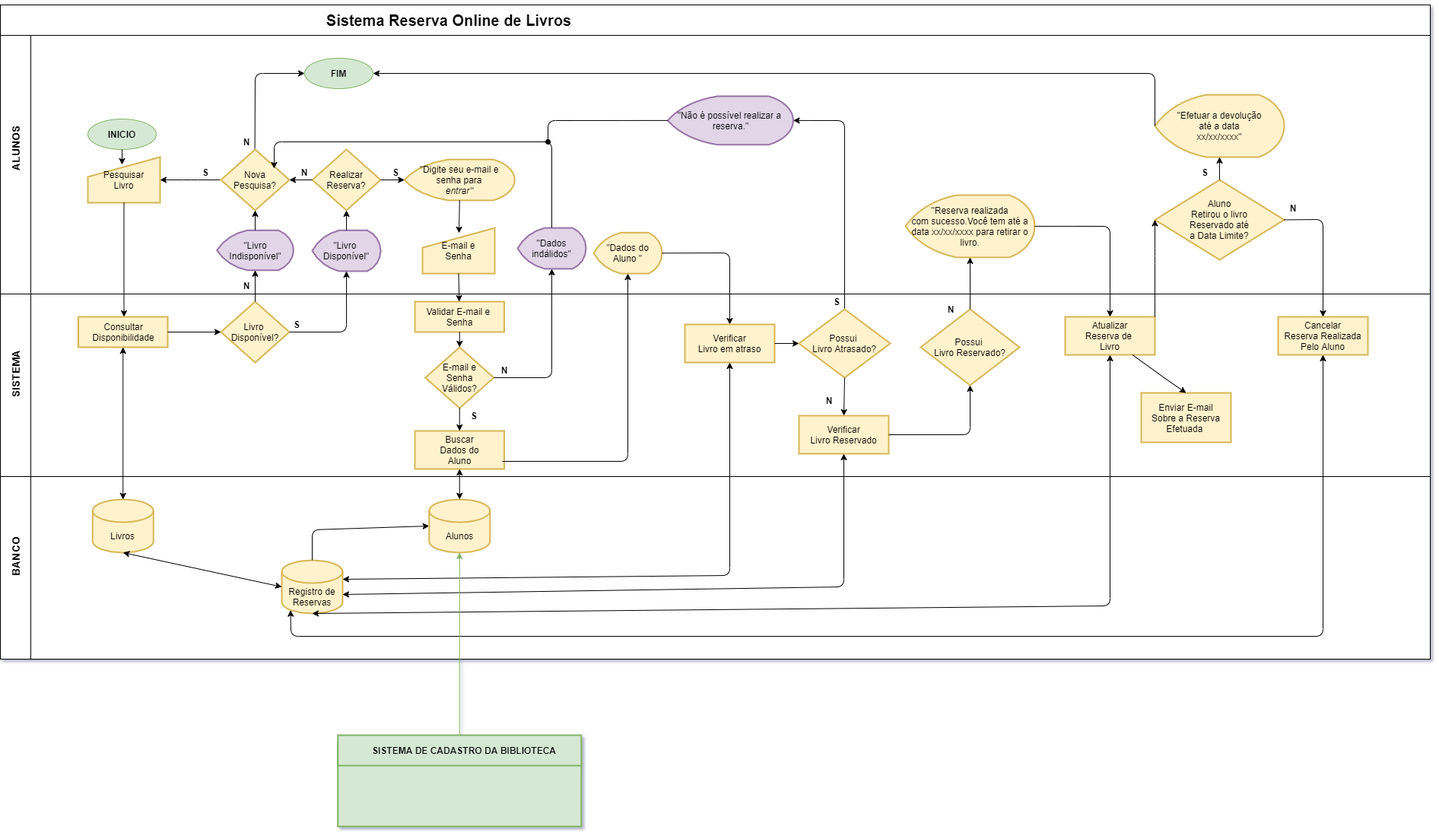
Above: Engenharia de Software 2.png in amandayuu/Fluxograma-Sistema-para-reserva-online-de-livros (draw.io), before the change. Source tidied: cells renumbered, new cells last; positions are measured from the earlier drawing's top-left corner, leaving out a move shared by most shapes.
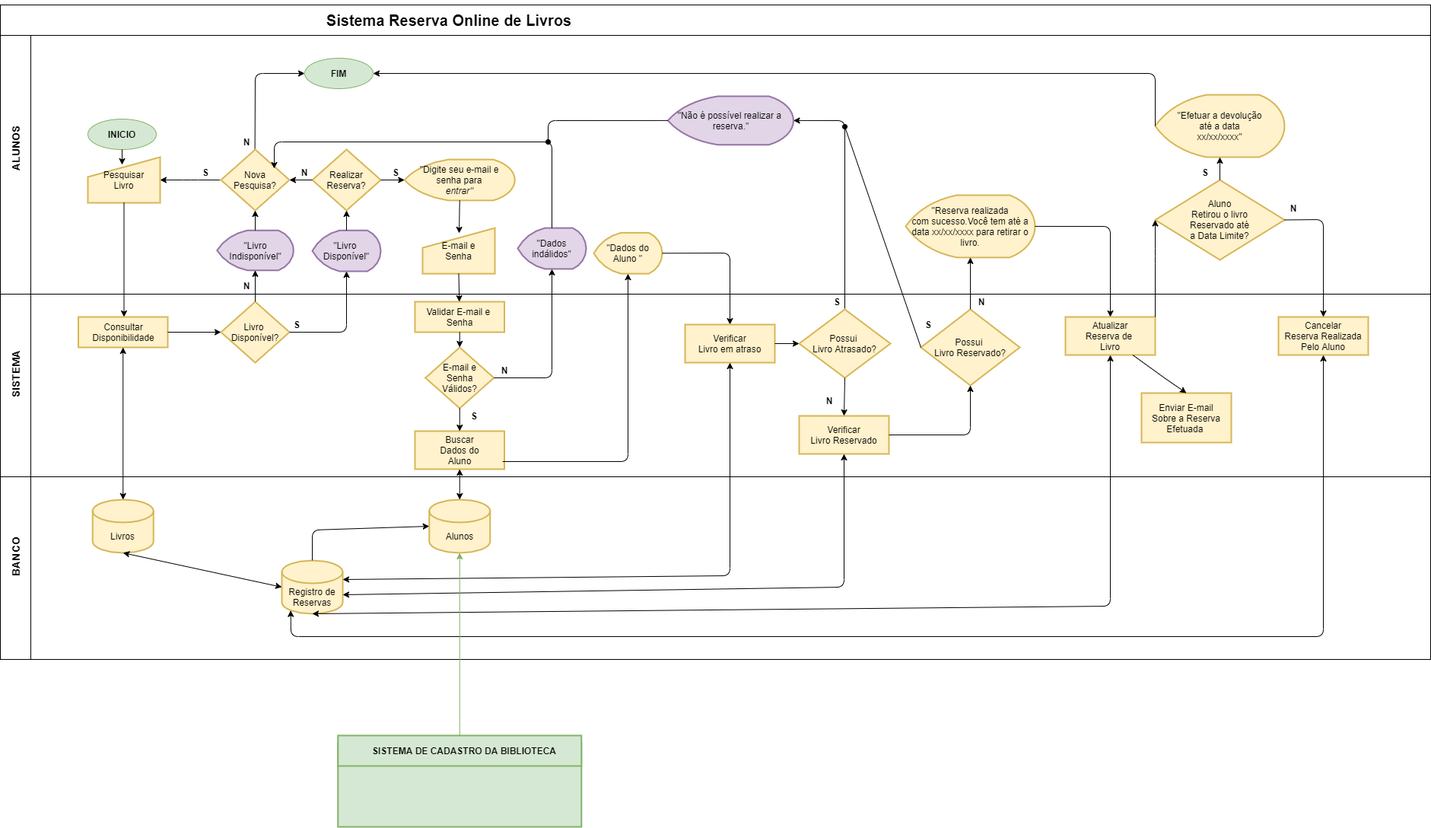
After the commit.

Change to the diagram source:
```diff
@@ -302,7 +302,7 @@
       <mxGeometry x="1230" y="400" width="130" height="100" as="geometry" />
     </mxCell>
     <mxCell id="82" value="&lt;b&gt;N&lt;br&gt;&lt;/b&gt;" style="text;html=1;strokeColor=none;fillColor=none;align=center;verticalAlign=middle;whiteSpace=wrap;rounded=0;" parent="1" vertex="1">
-      <mxGeometry x="1250" y="390" width="40" height="20" as="geometry" />
+      <mxGeometry x="1290" y="380" width="40" height="20" as="geometry" />
     </mxCell>
     <mxCell id="83" style="endArrow=classic;html=1;exitX=1;exitY=0.5;exitDx=0;exitDy=0;entryX=0.5;entryY=1;entryDx=0;entryDy=0;entryPerimeter=0;" parent="1" edge="1" source="76" target="81">
       <mxGeometry relative="1" as="geometry">
@@ -395,5 +395,13 @@
     <mxCell id="100" style="endArrow=classic;html=1;entryX=0.5;entryY=1;entryDx=0;entryDy=0;entryPerimeter=0;exitX=0.5;exitY=0;exitDx=0;exitDy=0;fillColor=#d5e8d4;strokeColor=#82b366;" parent="1" edge="1" source="69" target="50">
       <mxGeometry relative="1" as="geometry" />
     </mxCell>
+    <mxCell id="101" style="endArrow=oval;html=1;exitX=0;exitY=0.5;exitDx=0;exitDy=0;exitPerimeter=0;endFill=1;" parent="1" edge="1" source="81">
+      <mxGeometry relative="1" as="geometry">
+        <mxPoint x="1130" y="160" as="targetPoint" />
+      </mxGeometry>
+    </mxCell>
+    <mxCell id="102" value="&lt;b&gt;S&lt;br&gt;&lt;/b&gt;" style="text;html=1;strokeColor=none;fillColor=none;align=center;verticalAlign=middle;whiteSpace=wrap;rounded=0;rotation=0;" parent="1" vertex="1">
+      <mxGeometry x="1220" y="410" width="40" height="20" as="geometry" />
+    </mxCell>
   </root>
 </mxGraphModel>
```
